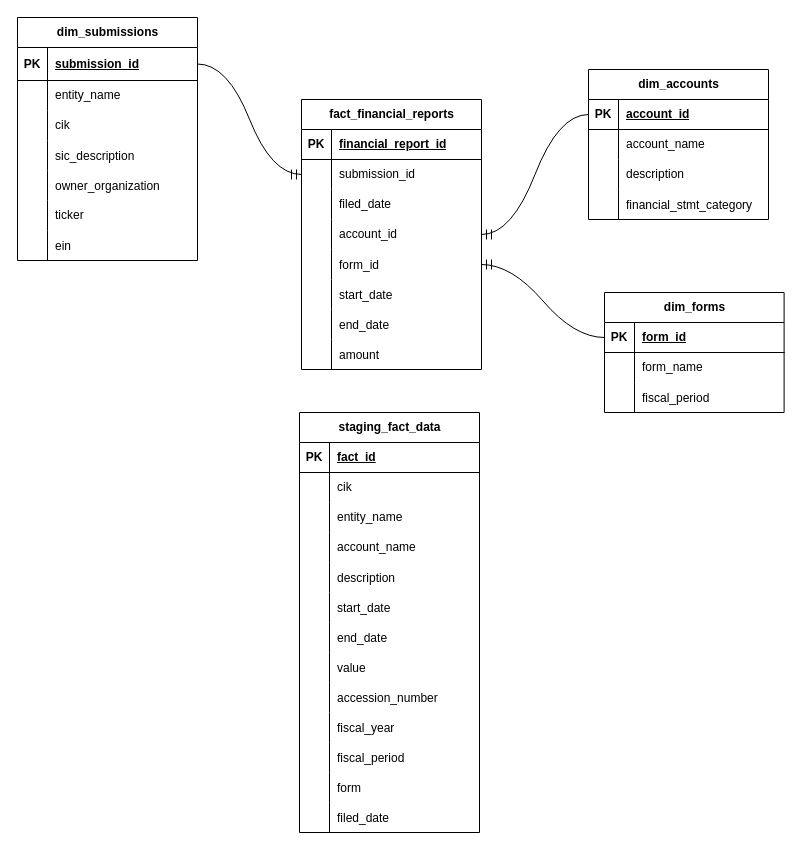
The draw.io diagram Schema.drawio in Aaronmx1/sec_financials_project, before the edit. Source tidied: cells renumbered, new cells numbered last; positions are measured from the earlier drawing's top-left corner, leaving out a move shared by most shapes. Both pictures are drawn from the tidied source at 100%, with x=0, y=0 at pixel (17, 17).
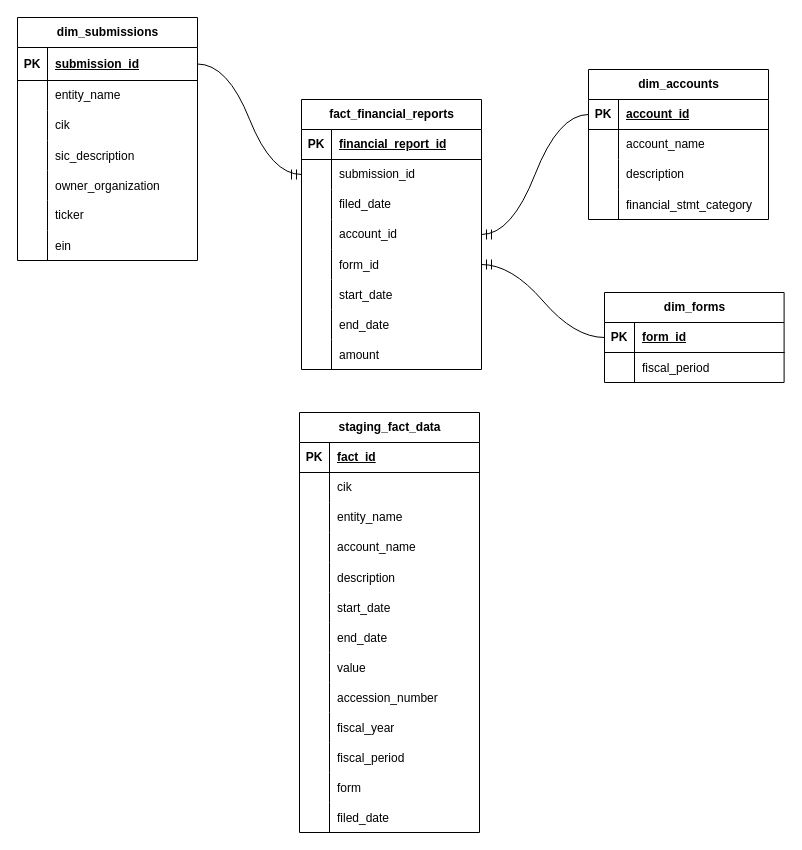
The same page after the edit.

Commit message (it also covers changes not shown here):
Add SQL query export to CSV for use in downstream pipeline; Add table truncate SQL to easily remove data from tables; Update database schema; Update README.

The edit, as a diff of the source:
```diff
@@
     <mxCell id="104" value="dim_forms" style="shape=table;startSize=30;childLayout=tableLayout;rowLines=0;fontStyle=1;align=center;html=1;" parent="1" vertex="1">
-      <mxGeometry x="587" y="275" width="179.6" height="120" as="geometry" />
+      <mxGeometry x="587" y="275" width="179.6" height="90" as="geometry" />
     </mxCell>
@@
-    <mxCell id="108" style="shape=tableRow;horizontal=0;startSize=0;swimlaneHead=0;swimlaneBody=0;fillColor=none;top=0;left=0;right=0;bottom=0;" parent="104" vertex="1">
-      <mxGeometry y="60" width="179.6" height="30" as="geometry" />
-    </mxCell>
-    <mxCell id="109" style="shape=partialRectangle;fillColor=none;top=0;left=0;bottom=0;right=0;overflow=hidden;whiteSpace=wrap;html=1;" parent="108" vertex="1">
-      <mxGeometry width="30" height="30" as="geometry" />
-    </mxCell>
-    <mxCell id="110" value="form_name" style="shape=partialRectangle;fillColor=none;top=0;left=0;bottom=0;right=0;align=left;spacingLeft=6;overflow=hidden;whiteSpace=wrap;html=1;" parent="108" vertex="1">
-      <mxGeometry x="30" width="149.6" height="30" as="geometry" />
-    </mxCell>
     <mxCell id="111" style="shape=tableRow;horizontal=0;startSize=0;swimlaneHead=0;swimlaneBody=0;fillColor=none;top=0;left=0;right=0;bottom=0;" parent="104" vertex="1">
-      <mxGeometry y="90" width="179.6" height="30" as="geometry" />
+      <mxGeometry y="60" width="179.6" height="30" as="geometry" />
     </mxCell>
```
